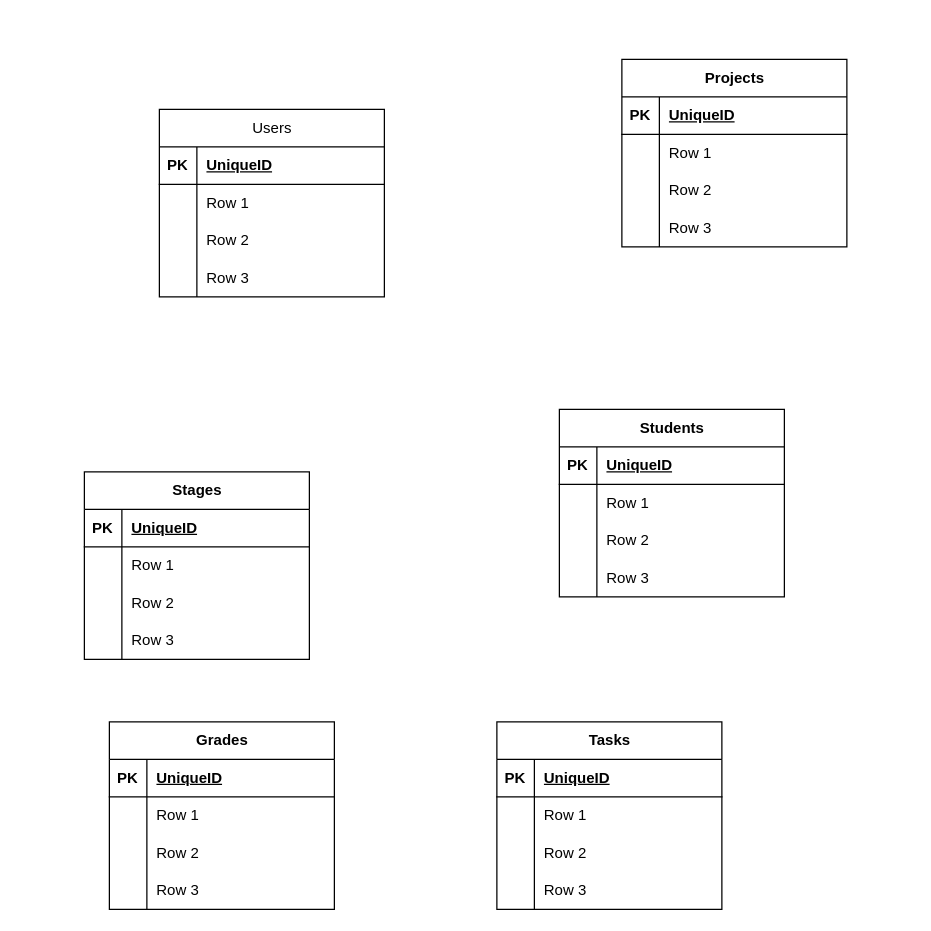
The draw.io diagram DB_schema.drawio in PaulMatthewss/Project_managemet_app, before the edit. Source tidied: cells renumbered, new cells numbered last; positions are measured from the earlier drawing's top-left corner, leaving out a move shared by most shapes. Both pictures are drawn from the tidied source at 125%, with x=0, y=0 at pixel (84, 59).
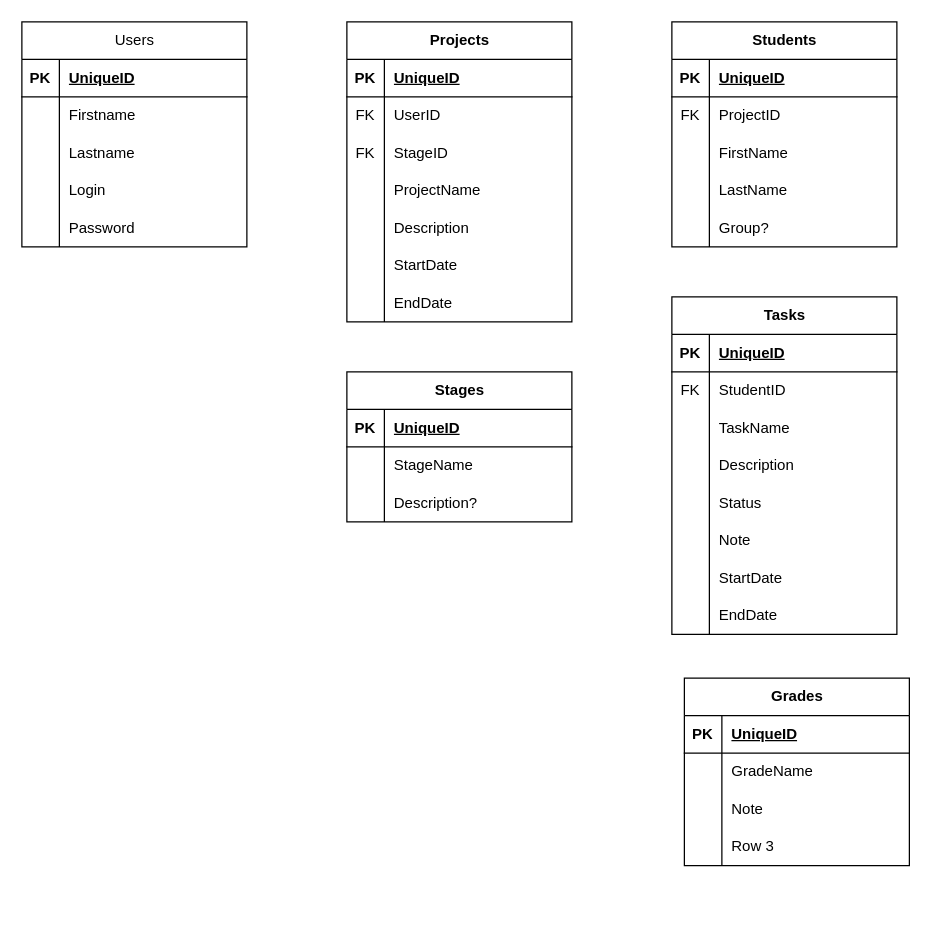
After the change.

The change refers to these unchanged cells:
```xml
<mxCell id="6" style="shape=tableRow;horizontal=0;startSize=0;swimlaneHead=0;swimlaneBody=0;fillColor=none;top=0;left=0;right=0;bottom=0;" parent="2" vertex="1">
  <mxGeometry y="60" width="180" height="30" as="geometry" />
</mxCell>
<mxCell id="9" style="shape=tableRow;horizontal=0;startSize=0;swimlaneHead=0;swimlaneBody=0;fillColor=none;top=0;left=0;right=0;bottom=0;" parent="2" vertex="1">
  <mxGeometry y="90" width="180" height="30" as="geometry" />
</mxCell>
<mxCell id="12" style="shape=tableRow;horizontal=0;startSize=0;swimlaneHead=0;swimlaneBody=0;fillColor=none;top=0;left=0;right=0;bottom=0;" parent="2" vertex="1">
  <mxGeometry y="120" width="180" height="30" as="geometry" />
</mxCell>
<mxCell id="19" style="shape=tableRow;horizontal=0;startSize=0;swimlaneHead=0;swimlaneBody=0;fillColor=none;top=0;left=0;right=0;bottom=0;" parent="15" vertex="1">
  <mxGeometry y="60" width="180" height="30" as="geometry" />
</mxCell>
<mxCell id="22" style="shape=tableRow;horizontal=0;startSize=0;swimlaneHead=0;swimlaneBody=0;fillColor=none;top=0;left=0;right=0;bottom=0;" parent="15" vertex="1">
  <mxGeometry y="90" width="180" height="30" as="geometry" />
</mxCell>
<mxCell id="25" style="shape=tableRow;horizontal=0;startSize=0;swimlaneHead=0;swimlaneBody=0;fillColor=none;top=0;left=0;right=0;bottom=0;" parent="15" vertex="1">
  <mxGeometry y="120" width="180" height="30" as="geometry" />
</mxCell>
<mxCell id="32" style="shape=tableRow;horizontal=0;startSize=0;swimlaneHead=0;swimlaneBody=0;fillColor=none;top=0;left=0;right=0;bottom=0;" parent="28" vertex="1">
  <mxGeometry y="60" width="180" height="30" as="geometry" />
</mxCell>
<mxCell id="35" style="shape=tableRow;horizontal=0;startSize=0;swimlaneHead=0;swimlaneBody=0;fillColor=none;top=0;left=0;right=0;bottom=0;" parent="28" vertex="1">
  <mxGeometry y="90" width="180" height="30" as="geometry" />
</mxCell>
<mxCell id="38" style="shape=tableRow;horizontal=0;startSize=0;swimlaneHead=0;swimlaneBody=0;fillColor=none;top=0;left=0;right=0;bottom=0;" parent="28" vertex="1">
  <mxGeometry y="120" width="180" height="30" as="geometry" />
</mxCell>
<mxCell id="45" style="shape=tableRow;horizontal=0;startSize=0;swimlaneHead=0;swimlaneBody=0;fillColor=none;top=0;left=0;right=0;bottom=0;" parent="41" vertex="1">
  <mxGeometry y="60" width="180" height="30" as="geometry" />
</mxCell>
<mxCell id="48" style="shape=tableRow;horizontal=0;startSize=0;swimlaneHead=0;swimlaneBody=0;fillColor=none;top=0;left=0;right=0;bottom=0;" parent="41" vertex="1">
  <mxGeometry y="90" width="180" height="30" as="geometry" />
</mxCell>
<mxCell id="58" style="shape=tableRow;horizontal=0;startSize=0;swimlaneHead=0;swimlaneBody=0;fillColor=none;top=0;left=0;right=0;bottom=0;" parent="54" vertex="1">
  <mxGeometry y="60" width="180" height="30" as="geometry" />
</mxCell>
<mxCell id="61" style="shape=tableRow;horizontal=0;startSize=0;swimlaneHead=0;swimlaneBody=0;fillColor=none;top=0;left=0;right=0;bottom=0;" parent="54" vertex="1">
  <mxGeometry y="90" width="180" height="30" as="geometry" />
</mxCell>
<mxCell id="64" style="shape=tableRow;horizontal=0;startSize=0;swimlaneHead=0;swimlaneBody=0;fillColor=none;top=0;left=0;right=0;bottom=0;" parent="54" vertex="1">
  <mxGeometry y="120" width="180" height="30" as="geometry" />
</mxCell>
<mxCell id="71" style="shape=tableRow;horizontal=0;startSize=0;swimlaneHead=0;swimlaneBody=0;fillColor=none;top=0;left=0;right=0;bottom=0;" parent="67" vertex="1">
  <mxGeometry y="60" width="180" height="30" as="geometry" />
</mxCell>
<mxCell id="74" style="shape=tableRow;horizontal=0;startSize=0;swimlaneHead=0;swimlaneBody=0;fillColor=none;top=0;left=0;right=0;bottom=0;" parent="67" vertex="1">
  <mxGeometry y="90" width="180" height="30" as="geometry" />
</mxCell>
```

Change to the diagram source:
```diff
@@
     <mxCell id="2" value="Users" style="shape=table;startSize=30;childLayout=tableLayout;rowLines=0;fontStyle=0;align=center;html=1;" parent="1" vertex="1">
-      <mxGeometry x="60" y="40" width="180" height="150" as="geometry" />
+      <mxGeometry x="-50" y="-30" width="180" height="180" as="geometry" />
     </mxCell>
@@
-    <mxCell id="8" value="Row 1" style="shape=partialRectangle;fillColor=none;top=0;left=0;bottom=0;right=0;align=left;spacingLeft=6;overflow=hidden;whiteSpace=wrap;html=1;" parent="6" vertex="1">
+    <mxCell id="8" value="Firstname" style="shape=partialRectangle;fillColor=none;top=0;left=0;bottom=0;right=0;align=left;spacingLeft=6;overflow=hidden;whiteSpace=wrap;html=1;" parent="6" vertex="1">
       <mxGeometry x="30" width="150" height="30" as="geometry" />
     </mxCell>
@@
-    <mxCell id="11" value="Row 2" style="shape=partialRectangle;fillColor=none;top=0;left=0;bottom=0;right=0;align=left;spacingLeft=6;overflow=hidden;whiteSpace=wrap;html=1;" parent="9" vertex="1">
+    <mxCell id="11" value="Lastname" style="shape=partialRectangle;fillColor=none;top=0;left=0;bottom=0;right=0;align=left;spacingLeft=6;overflow=hidden;whiteSpace=wrap;html=1;" parent="9" vertex="1">
       <mxGeometry x="30" width="150" height="30" as="geometry" />
     </mxCell>
@@
-    <mxCell id="14" value="Row 3" style="shape=partialRectangle;fillColor=none;top=0;left=0;bottom=0;right=0;align=left;spacingLeft=6;overflow=hidden;whiteSpace=wrap;html=1;" parent="12" vertex="1">
+    <mxCell id="14" value="Login" style="shape=partialRectangle;fillColor=none;top=0;left=0;bottom=0;right=0;align=left;spacingLeft=6;overflow=hidden;whiteSpace=wrap;html=1;" parent="12" vertex="1">
       <mxGeometry x="30" width="150" height="30" as="geometry" />
     </mxCell>
+    <mxCell id="80" style="shape=tableRow;horizontal=0;startSize=0;swimlaneHead=0;swimlaneBody=0;fillColor=none;top=0;left=0;right=0;bottom=0;" parent="2" vertex="1">
+      <mxGeometry y="150" width="180" height="30" as="geometry" />
+    </mxCell>
+    <mxCell id="81" style="shape=partialRectangle;fillColor=none;top=0;left=0;bottom=0;right=0;overflow=hidden;whiteSpace=wrap;html=1;" parent="80" vertex="1">
+      <mxGeometry width="30" height="30" as="geometry" />
+    </mxCell>
+    <mxCell id="82" value="Password" style="shape=partialRectangle;fillColor=none;top=0;left=0;bottom=0;right=0;align=left;spacingLeft=6;overflow=hidden;whiteSpace=wrap;html=1;" parent="80" vertex="1">
+      <mxGeometry x="30" width="150" height="30" as="geometry" />
+    </mxCell>
     <mxCell id="15" value="Projects" style="shape=table;startSize=30;childLayout=tableLayout;rowLines=0;fontStyle=1;align=center;html=1;" parent="1" vertex="1">
-      <mxGeometry x="430" width="180" height="150" as="geometry" />
+      <mxGeometry x="210" y="-30" width="180" height="240" as="geometry" />
     </mxCell>
@@
-    <mxCell id="20" style="shape=partialRectangle;fillColor=none;top=0;left=0;bottom=0;right=0;overflow=hidden;whiteSpace=wrap;html=1;" parent="19" vertex="1">
+    <mxCell id="20" value="FK" style="shape=partialRectangle;fillColor=none;top=0;left=0;bottom=0;right=0;overflow=hidden;whiteSpace=wrap;html=1;" parent="19" vertex="1">
       <mxGeometry width="30" height="30" as="geometry" />
     </mxCell>
-    <mxCell id="21" value="Row 1" style="shape=partialRectangle;fillColor=none;top=0;left=0;bottom=0;right=0;align=left;spacingLeft=6;overflow=hidden;whiteSpace=wrap;html=1;" parent="19" vertex="1">
+    <mxCell id="21" value="UserID" style="shape=partialRectangle;fillColor=none;top=0;left=0;bottom=0;right=0;align=left;spacingLeft=6;overflow=hidden;whiteSpace=wrap;html=1;" parent="19" vertex="1">
       <mxGeometry x="30" width="150" height="30" as="geometry" />
     </mxCell>
@@
-    <mxCell id="23" style="shape=partialRectangle;fillColor=none;top=0;left=0;bottom=0;right=0;overflow=hidden;whiteSpace=wrap;html=1;" parent="22" vertex="1">
+    <mxCell id="23" value="FK" style="shape=partialRectangle;fillColor=none;top=0;left=0;bottom=0;right=0;overflow=hidden;whiteSpace=wrap;html=1;" parent="22" vertex="1">
       <mxGeometry width="30" height="30" as="geometry" />
     </mxCell>
-    <mxCell id="24" value="Row 2" style="shape=partialRectangle;fillColor=none;top=0;left=0;bottom=0;right=0;align=left;spacingLeft=6;overflow=hidden;whiteSpace=wrap;html=1;" parent="22" vertex="1">
+    <mxCell id="24" value="StageID" style="shape=partialRectangle;fillColor=none;top=0;left=0;bottom=0;right=0;align=left;spacingLeft=6;overflow=hidden;whiteSpace=wrap;html=1;" parent="22" vertex="1">
       <mxGeometry x="30" width="150" height="30" as="geometry" />
     </mxCell>
@@
-    <mxCell id="27" value="Row 3" style="shape=partialRectangle;fillColor=none;top=0;left=0;bottom=0;right=0;align=left;spacingLeft=6;overflow=hidden;whiteSpace=wrap;html=1;" parent="25" vertex="1">
+    <mxCell id="27" value="ProjectName" style="shape=partialRectangle;fillColor=none;top=0;left=0;bottom=0;right=0;align=left;spacingLeft=6;overflow=hidden;whiteSpace=wrap;html=1;" parent="25" vertex="1">
       <mxGeometry x="30" width="150" height="30" as="geometry" />
     </mxCell>
+    <mxCell id="83" style="shape=tableRow;horizontal=0;startSize=0;swimlaneHead=0;swimlaneBody=0;fillColor=none;top=0;left=0;right=0;bottom=0;" parent="15" vertex="1">
+      <mxGeometry y="150" width="180" height="30" as="geometry" />
+    </mxCell>
+    <mxCell id="84" style="shape=partialRectangle;fillColor=none;top=0;left=0;bottom=0;right=0;overflow=hidden;whiteSpace=wrap;html=1;" parent="83" vertex="1">
+      <mxGeometry width="30" height="30" as="geometry" />
+    </mxCell>
+    <mxCell id="85" value="Description" style="shape=partialRectangle;fillColor=none;top=0;left=0;bottom=0;right=0;align=left;spacingLeft=6;overflow=hidden;whiteSpace=wrap;html=1;" parent="83" vertex="1">
+      <mxGeometry x="30" width="150" height="30" as="geometry" />
+    </mxCell>
+    <mxCell id="86" style="shape=tableRow;horizontal=0;startSize=0;swimlaneHead=0;swimlaneBody=0;fillColor=none;top=0;left=0;right=0;bottom=0;" parent="15" vertex="1">
+      <mxGeometry y="180" width="180" height="30" as="geometry" />
+    </mxCell>
+    <mxCell id="87" style="shape=partialRectangle;fillColor=none;top=0;left=0;bottom=0;right=0;overflow=hidden;whiteSpace=wrap;html=1;" parent="86" vertex="1">
+      <mxGeometry width="30" height="30" as="geometry" />
+    </mxCell>
+    <mxCell id="88" value="StartDate" style="shape=partialRectangle;fillColor=none;top=0;left=0;bottom=0;right=0;align=left;spacingLeft=6;overflow=hidden;whiteSpace=wrap;html=1;" parent="86" vertex="1">
+      <mxGeometry x="30" width="150" height="30" as="geometry" />
+    </mxCell>
+    <mxCell id="89" style="shape=tableRow;horizontal=0;startSize=0;swimlaneHead=0;swimlaneBody=0;fillColor=none;top=0;left=0;right=0;bottom=0;" parent="15" vertex="1">
+      <mxGeometry y="210" width="180" height="30" as="geometry" />
+    </mxCell>
+    <mxCell id="90" style="shape=partialRectangle;fillColor=none;top=0;left=0;bottom=0;right=0;overflow=hidden;whiteSpace=wrap;html=1;" parent="89" vertex="1">
+      <mxGeometry width="30" height="30" as="geometry" />
+    </mxCell>
+    <mxCell id="91" value="EndDate" style="shape=partialRectangle;fillColor=none;top=0;left=0;bottom=0;right=0;align=left;spacingLeft=6;overflow=hidden;whiteSpace=wrap;html=1;" parent="89" vertex="1">
+      <mxGeometry x="30" width="150" height="30" as="geometry" />
+    </mxCell>
     <mxCell id="28" value="Students" style="shape=table;startSize=30;childLayout=tableLayout;rowLines=0;fontStyle=1;align=center;html=1;" parent="1" vertex="1">
-      <mxGeometry x="380" y="280" width="180" height="150" as="geometry" />
+      <mxGeometry x="470" y="-30" width="180" height="180" as="geometry" />
     </mxCell>
@@
-    <mxCell id="33" style="shape=partialRectangle;fillColor=none;top=0;left=0;bottom=0;right=0;overflow=hidden;whiteSpace=wrap;html=1;" parent="32" vertex="1">
+    <mxCell id="33" value="FK" style="shape=partialRectangle;fillColor=none;top=0;left=0;bottom=0;right=0;overflow=hidden;whiteSpace=wrap;html=1;" parent="32" vertex="1">
       <mxGeometry width="30" height="30" as="geometry" />
     </mxCell>
-    <mxCell id="34" value="Row 1" style="shape=partialRectangle;fillColor=none;top=0;left=0;bottom=0;right=0;align=left;spacingLeft=6;overflow=hidden;whiteSpace=wrap;html=1;" parent="32" vertex="1">
+    <mxCell id="34" value="ProjectID" style="shape=partialRectangle;fillColor=none;top=0;left=0;bottom=0;right=0;align=left;spacingLeft=6;overflow=hidden;whiteSpace=wrap;html=1;" parent="32" vertex="1">
       <mxGeometry x="30" width="150" height="30" as="geometry" />
     </mxCell>
@@
-    <mxCell id="37" value="Row 2" style="shape=partialRectangle;fillColor=none;top=0;left=0;bottom=0;right=0;align=left;spacingLeft=6;overflow=hidden;whiteSpace=wrap;html=1;" parent="35" vertex="1">
+    <mxCell id="37" value="FirstName" style="shape=partialRectangle;fillColor=none;top=0;left=0;bottom=0;right=0;align=left;spacingLeft=6;overflow=hidden;whiteSpace=wrap;html=1;" parent="35" vertex="1">
       <mxGeometry x="30" width="150" height="30" as="geometry" />
     </mxCell>
@@
-    <mxCell id="40" value="Row 3" style="shape=partialRectangle;fillColor=none;top=0;left=0;bottom=0;right=0;align=left;spacingLeft=6;overflow=hidden;whiteSpace=wrap;html=1;" parent="38" vertex="1">
+    <mxCell id="40" value="LastName" style="shape=partialRectangle;fillColor=none;top=0;left=0;bottom=0;right=0;align=left;spacingLeft=6;overflow=hidden;whiteSpace=wrap;html=1;" parent="38" vertex="1">
       <mxGeometry x="30" width="150" height="30" as="geometry" />
     </mxCell>
+    <mxCell id="92" style="shape=tableRow;horizontal=0;startSize=0;swimlaneHead=0;swimlaneBody=0;fillColor=none;top=0;left=0;right=0;bottom=0;" parent="28" vertex="1">
+      <mxGeometry y="150" width="180" height="30" as="geometry" />
+    </mxCell>
+    <mxCell id="93" style="shape=partialRectangle;fillColor=none;top=0;left=0;bottom=0;right=0;overflow=hidden;whiteSpace=wrap;html=1;" parent="92" vertex="1">
+      <mxGeometry width="30" height="30" as="geometry" />
+    </mxCell>
+    <mxCell id="94" value="Group?" style="shape=partialRectangle;fillColor=none;top=0;left=0;bottom=0;right=0;align=left;spacingLeft=6;overflow=hidden;whiteSpace=wrap;html=1;" parent="92" vertex="1">
+      <mxGeometry x="30" width="150" height="30" as="geometry" />
+    </mxCell>
     <mxCell id="41" value="Stages" style="shape=table;startSize=30;childLayout=tableLayout;rowLines=0;fontStyle=1;align=center;html=1;" parent="1" vertex="1">
-      <mxGeometry y="330" width="180" height="150" as="geometry" />
+      <mxGeometry x="210" y="250" width="180" height="120" as="geometry" />
     </mxCell>
@@
-    <mxCell id="47" value="Row 1" style="shape=partialRectangle;fillColor=none;top=0;left=0;bottom=0;right=0;align=left;spacingLeft=6;overflow=hidden;whiteSpace=wrap;html=1;" parent="45" vertex="1">
+    <mxCell id="47" value="StageName" style="shape=partialRectangle;fillColor=none;top=0;left=0;bottom=0;right=0;align=left;spacingLeft=6;overflow=hidden;whiteSpace=wrap;html=1;" parent="45" vertex="1">
       <mxGeometry x="30" width="150" height="30" as="geometry" />
     </mxCell>
@@
-    <mxCell id="50" value="Row 2" style="shape=partialRectangle;fillColor=none;top=0;left=0;bottom=0;right=0;align=left;spacingLeft=6;overflow=hidden;whiteSpace=wrap;html=1;" parent="48" vertex="1">
+    <mxCell id="50" value="Description?" style="shape=partialRectangle;fillColor=none;top=0;left=0;bottom=0;right=0;align=left;spacingLeft=6;overflow=hidden;whiteSpace=wrap;html=1;" parent="48" vertex="1">
       <mxGeometry x="30" width="150" height="30" as="geometry" />
     </mxCell>
-    <mxCell id="51" style="shape=tableRow;horizontal=0;startSize=0;swimlaneHead=0;swimlaneBody=0;fillColor=none;top=0;left=0;right=0;bottom=0;" parent="41" vertex="1">
-      <mxGeometry y="120" width="180" height="30" as="geometry" />
-    </mxCell>
-    <mxCell id="52" style="shape=partialRectangle;fillColor=none;top=0;left=0;bottom=0;right=0;overflow=hidden;whiteSpace=wrap;html=1;" parent="51" vertex="1">
-      <mxGeometry width="30" height="30" as="geometry" />
-    </mxCell>
-    <mxCell id="53" value="Row 3" style="shape=partialRectangle;fillColor=none;top=0;left=0;bottom=0;right=0;align=left;spacingLeft=6;overflow=hidden;whiteSpace=wrap;html=1;" parent="51" vertex="1">
-      <mxGeometry x="30" width="150" height="30" as="geometry" />
-    </mxCell>
     <mxCell id="54" value="Tasks" style="shape=table;startSize=30;childLayout=tableLayout;rowLines=0;fontStyle=1;align=center;html=1;" parent="1" vertex="1">
-      <mxGeometry x="330" y="530" width="180" height="150" as="geometry" />
+      <mxGeometry x="470" y="190" width="180" height="270" as="geometry" />
     </mxCell>
@@
-    <mxCell id="59" style="shape=partialRectangle;fillColor=none;top=0;left=0;bottom=0;right=0;overflow=hidden;whiteSpace=wrap;html=1;" parent="58" vertex="1">
+    <mxCell id="59" value="FK" style="shape=partialRectangle;fillColor=none;top=0;left=0;bottom=0;right=0;overflow=hidden;whiteSpace=wrap;html=1;" parent="58" vertex="1">
       <mxGeometry width="30" height="30" as="geometry" />
     </mxCell>
-    <mxCell id="60" value="Row 1" style="shape=partialRectangle;fillColor=none;top=0;left=0;bottom=0;right=0;align=left;spacingLeft=6;overflow=hidden;whiteSpace=wrap;html=1;" parent="58" vertex="1">
+    <mxCell id="60" value="StudentID" style="shape=partialRectangle;fillColor=none;top=0;left=0;bottom=0;right=0;align=left;spacingLeft=6;overflow=hidden;whiteSpace=wrap;html=1;" parent="58" vertex="1">
       <mxGeometry x="30" width="150" height="30" as="geometry" />
     </mxCell>
@@
-    <mxCell id="63" value="Row 2" style="shape=partialRectangle;fillColor=none;top=0;left=0;bottom=0;right=0;align=left;spacingLeft=6;overflow=hidden;whiteSpace=wrap;html=1;" parent="61" vertex="1">
+    <mxCell id="63" value="TaskName" style="shape=partialRectangle;fillColor=none;top=0;left=0;bottom=0;right=0;align=left;spacingLeft=6;overflow=hidden;whiteSpace=wrap;html=1;" parent="61" vertex="1">
       <mxGeometry x="30" width="150" height="30" as="geometry" />
     </mxCell>
@@
-    <mxCell id="66" value="Row 3" style="shape=partialRectangle;fillColor=none;top=0;left=0;bottom=0;right=0;align=left;spacingLeft=6;overflow=hidden;whiteSpace=wrap;html=1;" parent="64" vertex="1">
+    <mxCell id="66" value="Description" style="shape=partialRectangle;fillColor=none;top=0;left=0;bottom=0;right=0;align=left;spacingLeft=6;overflow=hidden;whiteSpace=wrap;html=1;" parent="64" vertex="1">
       <mxGeometry x="30" width="150" height="30" as="geometry" />
     </mxCell>
+    <mxCell id="95" style="shape=tableRow;horizontal=0;startSize=0;swimlaneHead=0;swimlaneBody=0;fillColor=none;top=0;left=0;right=0;bottom=0;" parent="54" vertex="1">
+      <mxGeometry y="150" width="180" height="30" as="geometry" />
+    </mxCell>
+    <mxCell id="96" style="shape=partialRectangle;fillColor=none;top=0;left=0;bottom=0;right=0;overflow=hidden;whiteSpace=wrap;html=1;" parent="95" vertex="1">
+      <mxGeometry width="30" height="30" as="geometry" />
+    </mxCell>
+    <mxCell id="97" value="Status" style="shape=partialRectangle;fillColor=none;top=0;left=0;bottom=0;right=0;align=left;spacingLeft=6;overflow=hidden;whiteSpace=wrap;html=1;" parent="95" vertex="1">
+      <mxGeometry x="30" width="150" height="30" as="geometry" />
+    </mxCell>
+    <mxCell id="98" style="shape=tableRow;horizontal=0;startSize=0;swimlaneHead=0;swimlaneBody=0;fillColor=none;top=0;left=0;right=0;bottom=0;" parent="54" vertex="1">
+      <mxGeometry y="180" width="180" height="30" as="geometry" />
+    </mxCell>
+    <mxCell id="99" style="shape=partialRectangle;fillColor=none;top=0;left=0;bottom=0;right=0;overflow=hidden;whiteSpace=wrap;html=1;" parent="98" vertex="1">
+      <mxGeometry width="30" height="30" as="geometry" />
+    </mxCell>
+    <mxCell id="100" value="Note" style="shape=partialRectangle;fillColor=none;top=0;left=0;bottom=0;right=0;align=left;spacingLeft=6;overflow=hidden;whiteSpace=wrap;html=1;" parent="98" vertex="1">
+      <mxGeometry x="30" width="150" height="30" as="geometry" />
+    </mxCell>
+    <mxCell id="101" style="shape=tableRow;horizontal=0;startSize=0;swimlaneHead=0;swimlaneBody=0;fillColor=none;top=0;left=0;right=0;bottom=0;" parent="54" vertex="1">
+      <mxGeometry y="210" width="180" height="30" as="geometry" />
+    </mxCell>
+    <mxCell id="102" style="shape=partialRectangle;fillColor=none;top=0;left=0;bottom=0;right=0;overflow=hidden;whiteSpace=wrap;html=1;" parent="101" vertex="1">
+      <mxGeometry width="30" height="30" as="geometry" />
+    </mxCell>
+    <mxCell id="103" value="StartDate" style="shape=partialRectangle;fillColor=none;top=0;left=0;bottom=0;right=0;align=left;spacingLeft=6;overflow=hidden;whiteSpace=wrap;html=1;" parent="101" vertex="1">
+      <mxGeometry x="30" width="150" height="30" as="geometry" />
+    </mxCell>
+    <mxCell id="104" style="shape=tableRow;horizontal=0;startSize=0;swimlaneHead=0;swimlaneBody=0;fillColor=none;top=0;left=0;right=0;bottom=0;" parent="54" vertex="1">
+      <mxGeometry y="240" width="180" height="30" as="geometry" />
+    </mxCell>
+    <mxCell id="105" style="shape=partialRectangle;fillColor=none;top=0;left=0;bottom=0;right=0;overflow=hidden;whiteSpace=wrap;html=1;" parent="104" vertex="1">
+      <mxGeometry width="30" height="30" as="geometry" />
+    </mxCell>
+    <mxCell id="106" value="EndDate" style="shape=partialRectangle;fillColor=none;top=0;left=0;bottom=0;right=0;align=left;spacingLeft=6;overflow=hidden;whiteSpace=wrap;html=1;" parent="104" vertex="1">
+      <mxGeometry x="30" width="150" height="30" as="geometry" />
+    </mxCell>
     <mxCell id="67" value="Grades" style="shape=table;startSize=30;childLayout=tableLayout;rowLines=0;fontStyle=1;align=center;html=1;" parent="1" vertex="1">
-      <mxGeometry x="20" y="530" width="180" height="150" as="geometry" />
+      <mxGeometry x="480" y="495" width="180" height="150" as="geometry" />
     </mxCell>
@@
-    <mxCell id="73" value="Row 1" style="shape=partialRectangle;fillColor=none;top=0;left=0;bottom=0;right=0;align=left;spacingLeft=6;overflow=hidden;whiteSpace=wrap;html=1;" parent="71" vertex="1">
+    <mxCell id="73" value="GradeName" style="shape=partialRectangle;fillColor=none;top=0;left=0;bottom=0;right=0;align=left;spacingLeft=6;overflow=hidden;whiteSpace=wrap;html=1;" parent="71" vertex="1">
       <mxGeometry x="30" width="150" height="30" as="geometry" />
     </mxCell>
@@
-    <mxCell id="76" value="Row 2" style="shape=partialRectangle;fillColor=none;top=0;left=0;bottom=0;right=0;align=left;spacingLeft=6;overflow=hidden;whiteSpace=wrap;html=1;" parent="74" vertex="1">
+    <mxCell id="76" value="Note" style="shape=partialRectangle;fillColor=none;top=0;left=0;bottom=0;right=0;align=left;spacingLeft=6;overflow=hidden;whiteSpace=wrap;html=1;" parent="74" vertex="1">
       <mxGeometry x="30" width="150" height="30" as="geometry" />
     </mxCell>
```
